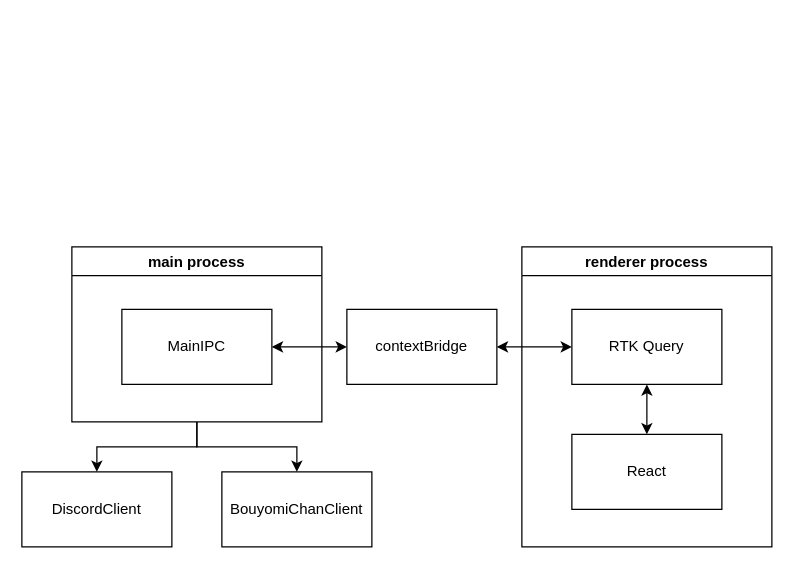
Earlier version of the draw.io diagram Untitled Diagram.drawio (sunagimo46/images). Source tidied: cells renumbered, new cells numbered last; positions are measured from the earlier drawing's top-left corner, leaving out a move shared by most shapes. Both pictures are drawn from the tidied source at 125%, with x=0, y=0 at pixel (21, 246).
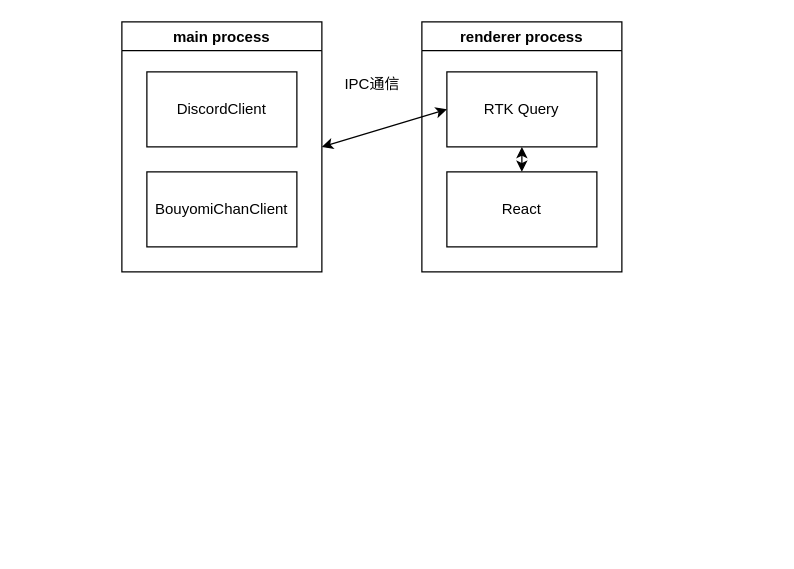
The same diagram, later.

The edit, as a diff of the source:
```diff
@@
 <mxGraphModel>
   <root>
     <mxCell id="0" />
     <mxCell id="1" parent="0" />
     <mxCell id="2" value="renderer process" style="swimlane;rounded=0;startSize=23;" parent="1" vertex="1">
-      <mxGeometry x="400" width="200" height="240" as="geometry" />
+      <mxGeometry x="320" y="-180" width="160" height="200" as="geometry" />
     </mxCell>
     <mxCell id="3" value="RTK Query" style="rounded=0;whiteSpace=wrap;html=1;" parent="2" vertex="1">
-      <mxGeometry x="40" y="50" width="120" height="60" as="geometry" />
+      <mxGeometry x="20" y="40" width="120" height="60" as="geometry" />
     </mxCell>
     <mxCell id="4" value="React" style="rounded=0;whiteSpace=wrap;html=1;" parent="2" vertex="1">
-      <mxGeometry x="40" y="150" width="120" height="60" as="geometry" />
+      <mxGeometry x="20" y="120" width="120" height="60" as="geometry" />
     </mxCell>
-    <mxCell id="5" style="endArrow=classic;startArrow=classic;html=1;exitX=0.5;exitY=1;exitDx=0;exitDy=0;" parent="2" edge="1" source="3">
-      <mxGeometry relative="1" as="geometry">
-        <mxPoint x="100" y="150" as="targetPoint" />
-      </mxGeometry>
+    <mxCell id="5" style="endArrow=classic;startArrow=classic;html=1;exitX=0.5;exitY=1;exitDx=0;exitDy=0;entryX=0.5;entryY=0;entryDx=0;entryDy=0;" parent="2" edge="1" source="3" target="4">
+      <mxGeometry relative="1" as="geometry" />
     </mxCell>
-    <mxCell id="6" value="contextBridge" style="rounded=0;whiteSpace=wrap;html=1;" parent="1" vertex="1">
-      <mxGeometry x="260" y="50" width="120" height="60" as="geometry" />
-    </mxCell>
-    <mxCell id="7" style="edgeStyle=orthogonalEdgeStyle;rounded=0;jettySize=auto;html=1;entryX=0.5;entryY=0;entryDx=0;entryDy=0;" parent="1" edge="1" source="9" target="13">
-      <mxGeometry relative="1" as="geometry" />
-    </mxCell>
-    <mxCell id="8" style="edgeStyle=orthogonalEdgeStyle;rounded=0;jettySize=auto;html=1;entryX=0.5;entryY=0;entryDx=0;entryDy=0;" parent="1" edge="1" source="9" target="14">
-      <mxGeometry relative="1" as="geometry" />
-    </mxCell>
     <mxCell id="9" value="main process" style="swimlane;rounded=0;" parent="1" vertex="1">
-      <mxGeometry x="40" width="200" height="140" as="geometry" />
+      <mxGeometry x="80" y="-180" width="160" height="200" as="geometry" />
     </mxCell>
-    <mxCell id="10" value="MainIPC" style="rounded=0;whiteSpace=wrap;html=1;" parent="9" vertex="1">
-      <mxGeometry x="40" y="50" width="120" height="60" as="geometry" />
-    </mxCell>
-    <mxCell id="11" style="endArrow=classic;startArrow=classic;html=1;entryX=0;entryY=0.5;entryDx=0;entryDy=0;exitX=1;exitY=0.5;exitDx=0;exitDy=0;" parent="1" edge="1" source="6" target="3">
-      <mxGeometry relative="1" as="geometry" />
-    </mxCell>
-    <mxCell id="12" style="endArrow=classic;startArrow=classic;html=1;entryX=0;entryY=0.5;entryDx=0;entryDy=0;exitX=1;exitY=0.5;exitDx=0;exitDy=0;" parent="1" edge="1" source="10" target="6">
-      <mxGeometry relative="1" as="geometry" />
-    </mxCell>
-    <mxCell id="13" value="DiscordClient" style="rounded=0;whiteSpace=wrap;html=1;" parent="1" vertex="1">
-      <mxGeometry y="180" width="120" height="60" as="geometry" />
+    <mxCell id="13" value="DiscordClient" style="rounded=0;whiteSpace=wrap;html=1;" parent="9" vertex="1">
+      <mxGeometry x="20" y="40" width="120" height="60" as="geometry" />
     </mxCell>
-    <mxCell id="14" value="BouyomiChanClient" style="rounded=0;whiteSpace=wrap;html=1;" parent="1" vertex="1">
-      <mxGeometry x="160" y="180" width="120" height="60" as="geometry" />
+    <mxCell id="14" value="BouyomiChanClient" style="rounded=0;whiteSpace=wrap;html=1;" parent="9" vertex="1">
+      <mxGeometry x="20" y="120" width="120" height="60" as="geometry" />
     </mxCell>
+    <mxCell id="11" style="endArrow=classic;startArrow=classic;html=1;entryX=0;entryY=0.5;entryDx=0;entryDy=0;exitX=1;exitY=0.5;exitDx=0;exitDy=0;" parent="1" edge="1" source="9" target="3">
+      <mxGeometry relative="1" as="geometry" />
+    </mxCell>
+    <mxCell id="15" value="IPC通信" style="text;html=1;align=center;verticalAlign=middle;strokeColor=none;" parent="1" vertex="1">
+      <mxGeometry x="250" y="-140" width="60" height="20" as="geometry" />
+    </mxCell>
   </root>
 </mxGraphModel>
```
